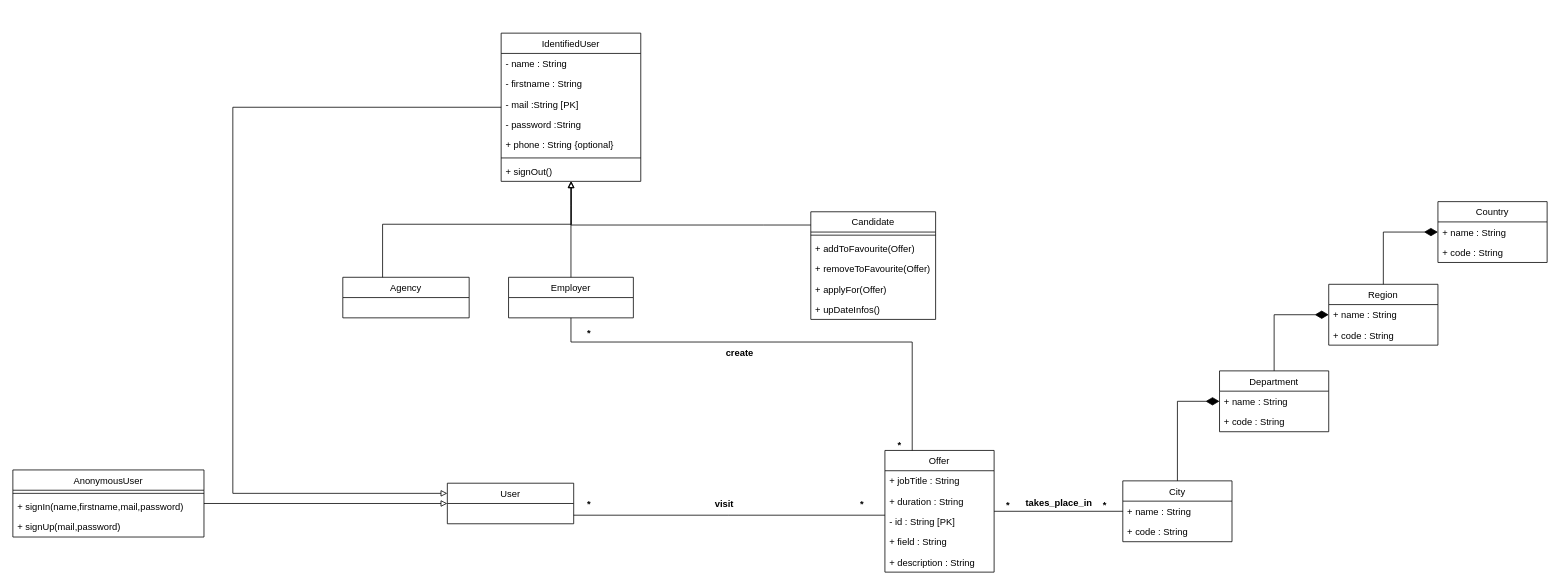
Above: UML.drawio in Papittson/JobRetriever (draw.io), before the change. Source tidied: cells renumbered, new cells numbered last; positions are measured from the earlier drawing's top-left corner, leaving out a move shared by most shapes. Both pictures are drawn from the tidied source at 78%, with x=0, y=0 at pixel (12, 33).
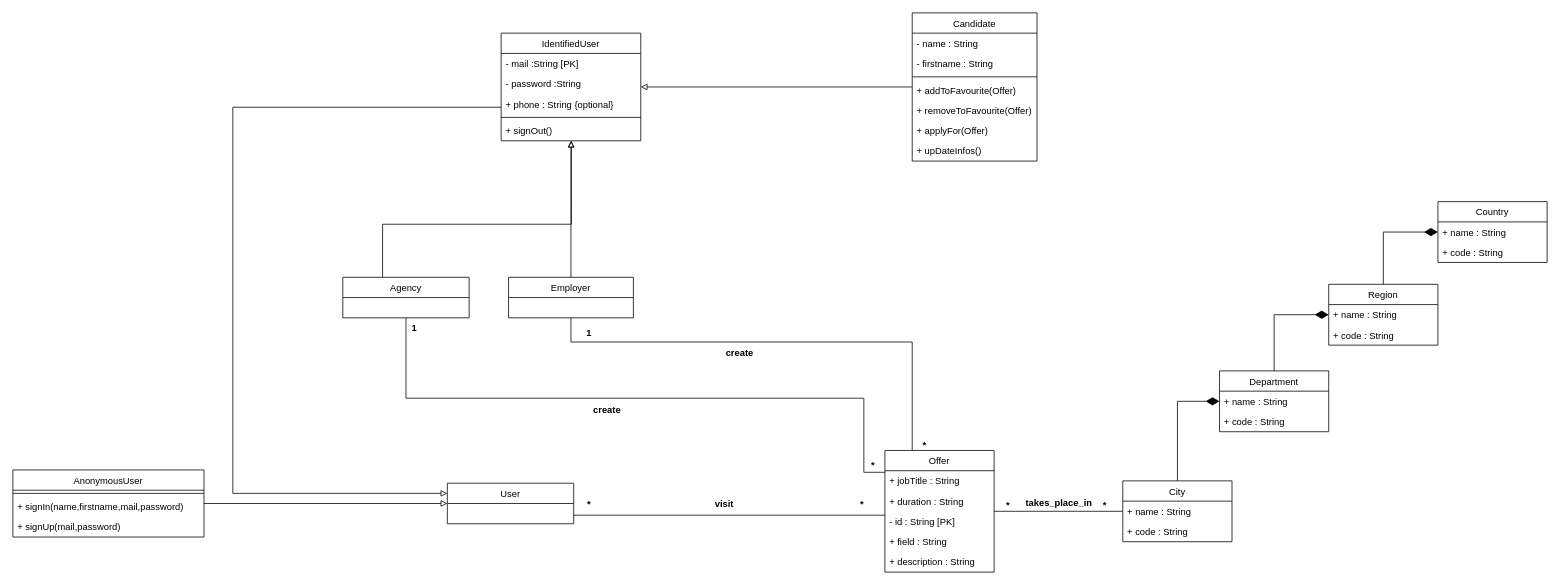
After the change.

Unchanged cells that the change refers to:
```xml
<mxCell id="3" value="Offer" style="swimlane;fontStyle=0;horizontal=1;startSize=26;fillColor=none;" parent="1" vertex="1">
  <mxGeometry x="1118" y="535" width="140" height="156" as="geometry" />
</mxCell>
<mxCell id="28" value="Agency" style="swimlane;fontStyle=0;horizontal=1;startSize=26;fillColor=none;" parent="1" vertex="1">
  <mxGeometry x="423" y="313" width="162" height="52" as="geometry" />
</mxCell>
```

Diff of the diagram source:
```diff
@@
+    <mxCell id="61" style="edgeStyle=orthogonalEdgeStyle;rounded=0;jettySize=auto;html=1;endArrow=none;endFill=0;startArrow=none;" parent="1" edge="1" source="28" target="3">
+      <mxGeometry relative="1" as="geometry">
+        <Array as="points">
+          <mxPoint x="504" y="468" />
+          <mxPoint x="1091" y="468" />
+          <mxPoint x="1091" y="563" />
+        </Array>
+      </mxGeometry>
+    </mxCell>
@@
     <mxCell id="35" value="IdentifiedUser" style="swimlane;fontStyle=0;horizontal=1;startSize=26;fillColor=none;" parent="1" vertex="1">
-      <mxGeometry x="626" width="179" height="190" as="geometry" />
+      <mxGeometry x="626" width="179" height="138" as="geometry" />
     </mxCell>
-    <mxCell id="36" value="- name : String" style="text;strokeColor=none;fillColor=none;align=left;verticalAlign=top;spacingLeft=4;spacingRight=4;overflow=hidden;" parent="35" vertex="1">
-      <mxGeometry y="26" width="179" height="26" as="geometry" />
-    </mxCell>
-    <mxCell id="37" value="- firstname : String" style="text;strokeColor=none;fillColor=none;align=left;verticalAlign=top;spacingLeft=4;spacingRight=4;overflow=hidden;" parent="35" vertex="1">
-      <mxGeometry y="52" width="179" height="26" as="geometry" />
-    </mxCell>
     <mxCell id="38" value="- mail :String [PK]" style="text;strokeColor=none;fillColor=none;align=left;verticalAlign=top;spacingLeft=4;spacingRight=4;overflow=hidden;" parent="35" vertex="1">
-      <mxGeometry y="78" width="179" height="26" as="geometry" />
+      <mxGeometry y="26" width="179" height="26" as="geometry" />
     </mxCell>
     <mxCell id="39" value="- password :String" style="text;strokeColor=none;fillColor=none;align=left;verticalAlign=top;spacingLeft=4;spacingRight=4;overflow=hidden;" parent="35" vertex="1">
-      <mxGeometry y="104" width="179" height="26" as="geometry" />
+      <mxGeometry y="52" width="179" height="26" as="geometry" />
     </mxCell>
     <mxCell id="40" value="+ phone : String {optional}" style="text;strokeColor=none;fillColor=none;align=left;verticalAlign=top;spacingLeft=4;spacingRight=4;overflow=hidden;" parent="35" vertex="1">
-      <mxGeometry y="130" width="179" height="26" as="geometry" />
+      <mxGeometry y="78" width="179" height="26" as="geometry" />
     </mxCell>
     <mxCell id="41" style="line;strokeWidth=1;fillColor=none;align=left;verticalAlign=middle;spacingTop=-1;spacingLeft=3;spacingRight=3;labelPosition=right;strokeColor=inherit;" parent="35" vertex="1">
-      <mxGeometry y="156" width="179" height="8" as="geometry" />
+      <mxGeometry y="104" width="179" height="8" as="geometry" />
     </mxCell>
     <mxCell id="42" value="+ signOut()" style="text;strokeColor=none;fillColor=none;align=left;verticalAlign=top;spacingLeft=4;spacingRight=4;overflow=hidden;" parent="35" vertex="1">
-      <mxGeometry y="164" width="179" height="26" as="geometry" />
+      <mxGeometry y="112" width="179" height="26" as="geometry" />
     </mxCell>
     <mxCell id="43" style="edgeStyle=orthogonalEdgeStyle;rounded=0;jettySize=auto;html=1;endArrow=block;endFill=0;" parent="1" edge="1" source="44" target="35">
-      <mxGeometry relative="1" as="geometry">
-        <Array as="points">
-          <mxPoint x="962" y="246" />
-          <mxPoint x="716" y="246" />
-        </Array>
-      </mxGeometry>
+      <mxGeometry relative="1" as="geometry" />
     </mxCell>
     <mxCell id="44" value="Candidate" style="swimlane;fontStyle=0;horizontal=1;startSize=26;fillColor=none;" parent="1" vertex="1">
-      <mxGeometry x="1023" y="229" width="160" height="138" as="geometry" />
+      <mxGeometry x="1153" y="-26" width="160" height="190" as="geometry" />
     </mxCell>
+    <mxCell id="36" value="- name : String" style="text;strokeColor=none;fillColor=none;align=left;verticalAlign=top;spacingLeft=4;spacingRight=4;overflow=hidden;" parent="44" vertex="1">
+      <mxGeometry y="26" width="160" height="26" as="geometry" />
+    </mxCell>
+    <mxCell id="37" value="- firstname : String" style="text;strokeColor=none;fillColor=none;align=left;verticalAlign=top;spacingLeft=4;spacingRight=4;overflow=hidden;" parent="44" vertex="1">
+      <mxGeometry y="52" width="160" height="26" as="geometry" />
+    </mxCell>
     <mxCell id="45" style="line;strokeWidth=1;fillColor=none;align=left;verticalAlign=middle;spacingTop=-1;spacingLeft=3;spacingRight=3;labelPosition=right;strokeColor=inherit;" parent="44" vertex="1">
-      <mxGeometry y="26" width="160" height="8" as="geometry" />
+      <mxGeometry y="78" width="160" height="8" as="geometry" />
     </mxCell>
     <mxCell id="46" value="+ addToFavourite(Offer)" style="text;strokeColor=none;fillColor=none;align=left;verticalAlign=top;spacingLeft=4;spacingRight=4;overflow=hidden;" parent="44" vertex="1">
-      <mxGeometry y="34" width="160" height="26" as="geometry" />
+      <mxGeometry y="86" width="160" height="26" as="geometry" />
     </mxCell>
     <mxCell id="47" value="+ removeToFavourite(Offer)" style="text;strokeColor=none;fillColor=none;align=left;verticalAlign=top;spacingLeft=4;spacingRight=4;overflow=hidden;" parent="44" vertex="1">
-      <mxGeometry y="60" width="160" height="26" as="geometry" />
+      <mxGeometry y="112" width="160" height="26" as="geometry" />
     </mxCell>
     <mxCell id="48" value="+ applyFor(Offer)" style="text;strokeColor=none;fillColor=none;align=left;verticalAlign=top;spacingLeft=4;spacingRight=4;overflow=hidden;" parent="44" vertex="1">
-      <mxGeometry y="86" width="160" height="26" as="geometry" />
+      <mxGeometry y="138" width="160" height="26" as="geometry" />
     </mxCell>
     <mxCell id="49" value="+ upDateInfos()" style="text;strokeColor=none;fillColor=none;align=left;verticalAlign=top;spacingLeft=4;spacingRight=4;overflow=hidden;" parent="44" vertex="1">
-      <mxGeometry y="112" width="160" height="26" as="geometry" />
+      <mxGeometry y="164" width="160" height="26" as="geometry" />
     </mxCell>
@@
-    <mxCell id="58" value="*" style="text;align=center;fontStyle=1;verticalAlign=middle;spacingLeft=3;spacingRight=3;strokeColor=none;" parent="1" vertex="1">
+    <mxCell id="58" value="1" style="text;align=center;fontStyle=1;verticalAlign=middle;spacingLeft=3;spacingRight=3;strokeColor=none;" parent="1" vertex="1">
       <mxGeometry x="699" y="371" width="80" height="26" as="geometry" />
     </mxCell>
@@
     <mxCell id="60" value="*" style="text;align=center;fontStyle=1;verticalAlign=middle;spacingLeft=3;spacingRight=3;strokeColor=none;" parent="1" vertex="1">
-      <mxGeometry x="1097" y="514" width="80" height="26" as="geometry" />
+      <mxGeometry x="1129" y="514" width="80" height="26" as="geometry" />
     </mxCell>
+    <mxCell id="62" value="create" style="text;align=center;fontStyle=1;verticalAlign=middle;spacingLeft=3;spacingRight=3;strokeColor=none;" parent="1" vertex="1">
+      <mxGeometry x="722" y="470" width="80" height="26" as="geometry" />
+    </mxCell>
+    <mxCell id="63" value="1" style="text;align=center;fontStyle=1;verticalAlign=middle;spacingLeft=3;spacingRight=3;strokeColor=none;" parent="1" vertex="1">
+      <mxGeometry x="475" y="365" width="80" height="26" as="geometry" />
+    </mxCell>
+    <mxCell id="64" value="*" style="text;align=center;fontStyle=1;verticalAlign=middle;spacingLeft=3;spacingRight=3;strokeColor=none;" parent="1" vertex="1">
+      <mxGeometry x="1063" y="540" width="80" height="26" as="geometry" />
+    </mxCell>
```
